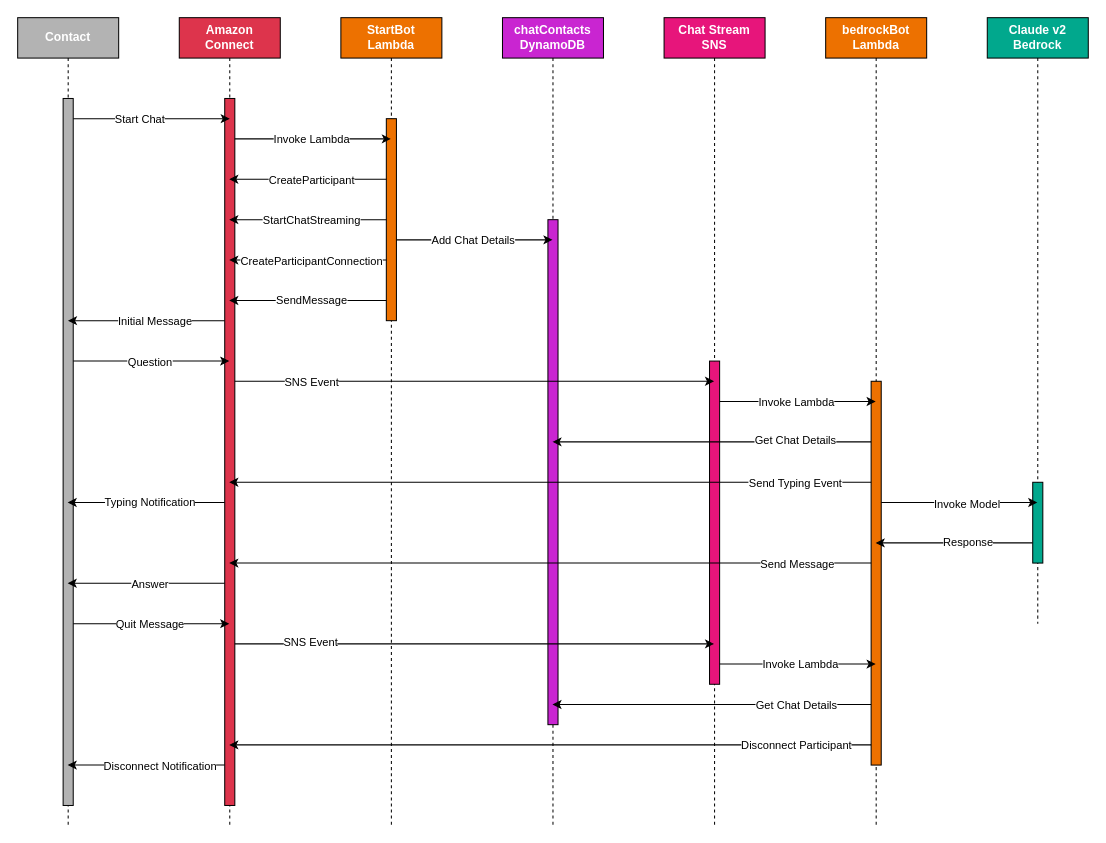
Before: amazon-connect-custom-bot-sequence.drawio in vishalforcode/amazon-connect-chat-with-custom-participants, a draw.io diagram. Source tidied: cells renumbered, new cells numbered last; positions are measured from the earlier drawing's top-left corner, leaving out a move shared by most shapes. Both pictures are drawn from the tidied source at 101%, with x=0, y=0 at pixel (17, 17).
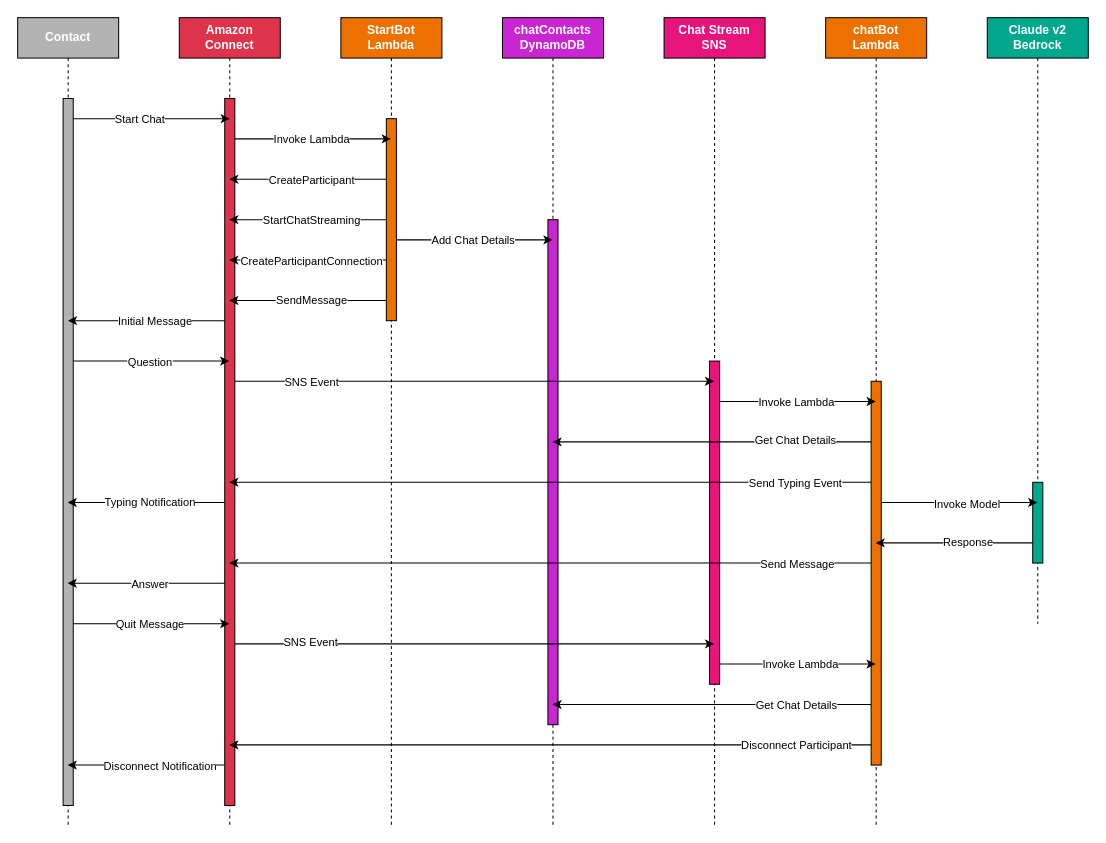
Above is the later version.

Commit message (it also covers changes not shown here):
Renamed bot and added letters to architecture diagram

What changed in the source:
```diff
@@
-<mxGraphModel>
+<mxGraphModel background="#ffffff">
@@
-    <mxCell id="8" value="bedrockBot&lt;br&gt;Lambda" style="shape=umlLifeline;perimeter=lifelinePerimeter;whiteSpace=wrap;html=1;outlineConnect=0;portConstraint=eastwest;newEdgeStyle={&quot;edgeStyle&quot;:&quot;elbowEdgeStyle&quot;,&quot;elbow&quot;:&quot;vertical&quot;,&quot;curved&quot;:0,&quot;rounded&quot;:0};fillColor=#ED7100;fontColor=#FFFFFF;fontStyle=1;" parent="1" vertex="1">
+    <mxCell id="8" value="chatBot&lt;br&gt;Lambda" style="shape=umlLifeline;perimeter=lifelinePerimeter;whiteSpace=wrap;html=1;outlineConnect=0;portConstraint=eastwest;newEdgeStyle={&quot;edgeStyle&quot;:&quot;elbowEdgeStyle&quot;,&quot;elbow&quot;:&quot;vertical&quot;,&quot;curved&quot;:0,&quot;rounded&quot;:0};fillColor=#ED7100;fontColor=#FFFFFF;fontStyle=1;" parent="1" vertex="1">
       <mxGeometry x="800" width="100" height="800" as="geometry" />
     </mxCell>
```
